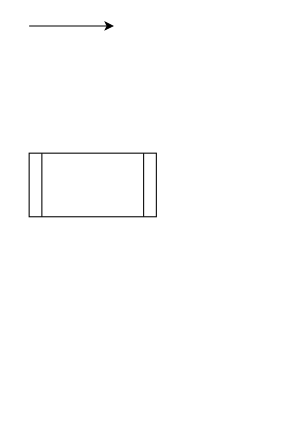
Before: 我的流程图.drawio in luqifeng-yishu/drawio-desktop, a draw.io diagram. Source tidied: cells renumbered, new cells numbered last; positions are measured from the earlier drawing's top-left corner, leaving out a move shared by most shapes. Both pictures are drawn from the tidied source at 106%, with x=0, y=0 at pixel (29, 25).
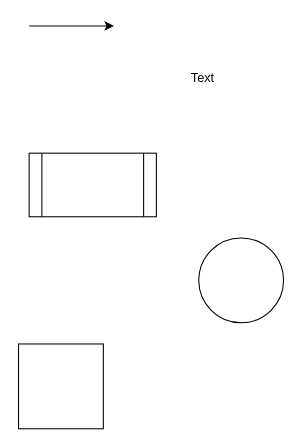
Above is the later version.

Commit message:
更新我的流程图.drawio

What changed in the source:
```diff
@@
 <mxGraphModel>
   <root>
     <mxCell id="0" />
     <mxCell id="1" parent="0" />
     <mxCell id="2" style="edgeStyle=orthogonalEdgeStyle;rounded=0;orthogonalLoop=1;jettySize=auto;html=1;" parent="1" edge="1">
       <mxGeometry relative="1" as="geometry">
         <mxPoint as="sourcePoint" />
         <mxPoint x="80" as="targetPoint" />
       </mxGeometry>
     </mxCell>
     <mxCell id="3" style="shape=process;whiteSpace=wrap;html=1;backgroundOutline=1;" parent="1" vertex="1">
       <mxGeometry y="120" width="120" height="60" as="geometry" />
     </mxCell>
+    <mxCell id="4" style="ellipse;whiteSpace=wrap;html=1;" parent="1" vertex="1">
+      <mxGeometry x="160" y="200" width="80" height="80" as="geometry" />
+    </mxCell>
+    <mxCell id="5" value="Text" style="text;html=1;align=left;verticalAlign=top;spacingTop=-4;" parent="1" vertex="1">
+      <mxGeometry x="151" y="39" width="40" height="20" as="geometry" />
+    </mxCell>
+    <mxCell id="6" style="whiteSpace=wrap;html=1;" parent="1" vertex="1">
+      <mxGeometry x="-10" y="300" width="80" height="80" as="geometry" />
+    </mxCell>
   </root>
 </mxGraphModel>
```
